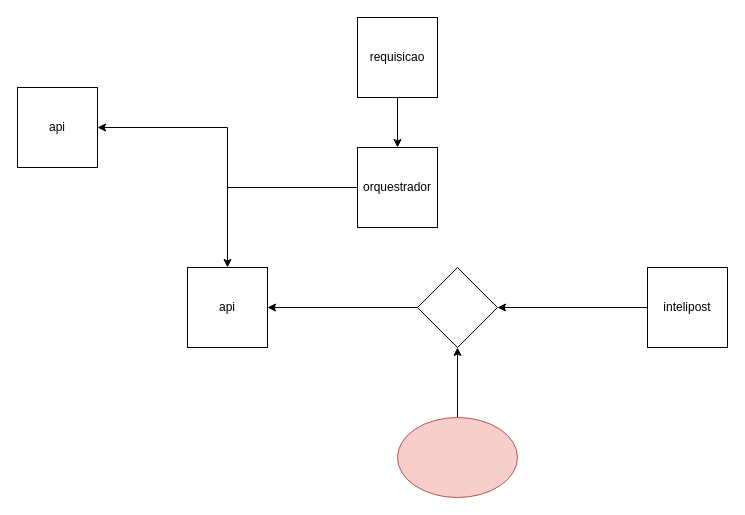
Earlier version of the draw.io diagram src/testes/Untitled Diagram.drawio (carlospc1978/apague). Source tidied: cells renumbered, new cells numbered last; positions are measured from the earlier drawing's top-left corner, leaving out a move shared by most shapes. Both pictures are drawn from the tidied source at 100%, with x=0, y=0 at pixel (17, 17).
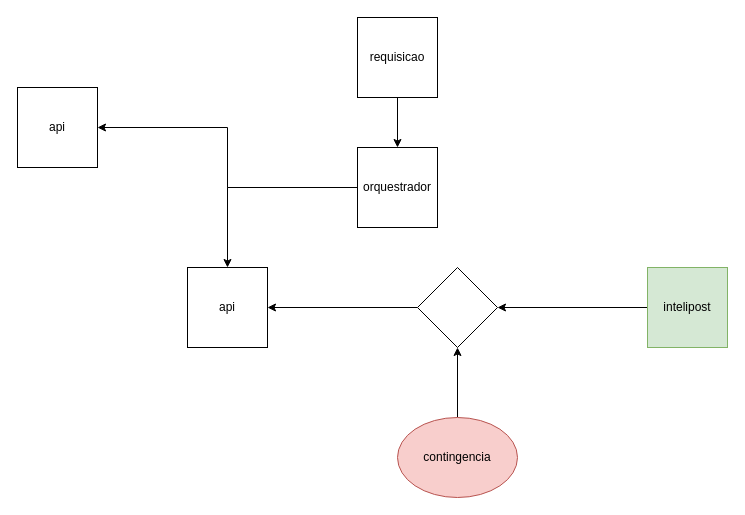
Above is the later version.

Diff of the diagram source:
```diff
@@
 <mxGraphModel>
   <root>
     <mxCell id="0" />
     <mxCell id="1" parent="0" />
     <mxCell id="2" style="edgeStyle=orthogonalEdgeStyle;rounded=0;jettySize=auto;html=1;entryX=1;entryY=0.5;entryDx=0;entryDy=0;" parent="1" edge="1" source="3" target="12">
       <mxGeometry relative="1" as="geometry" />
     </mxCell>
-    <mxCell id="3" value="intelipost" style="whiteSpace=wrap;html=1;" parent="1" vertex="1">
+    <mxCell id="3" value="intelipost" style="whiteSpace=wrap;html=1;fillColor=#d5e8d4;strokeColor=#82b366;" parent="1" vertex="1">
       <mxGeometry x="630" y="250" width="80" height="80" as="geometry" />
     </mxCell>
     <mxCell id="4" style="edgeStyle=orthogonalEdgeStyle;rounded=0;jettySize=auto;html=1;entryX=0.5;entryY=0;entryDx=0;entryDy=0;" parent="1" edge="1" source="5" target="9">
       <mxGeometry relative="1" as="geometry" />
     </mxCell>
     <mxCell id="5" value="requisicao" style="whiteSpace=wrap;html=1;" parent="1" vertex="1">
       <mxGeometry x="340" width="80" height="80" as="geometry" />
     </mxCell>
     <mxCell id="6" value="api" style="whiteSpace=wrap;html=1;" parent="1" vertex="1">
       <mxGeometry x="170" y="250" width="80" height="80" as="geometry" />
     </mxCell>
     <mxCell id="7" style="edgeStyle=orthogonalEdgeStyle;rounded=0;jettySize=auto;html=1;entryX=0.5;entryY=0;entryDx=0;entryDy=0;" parent="1" edge="1" source="9" target="6">
       <mxGeometry relative="1" as="geometry" />
     </mxCell>
     <mxCell id="8" style="edgeStyle=orthogonalEdgeStyle;rounded=0;jettySize=auto;html=1;entryX=1;entryY=0.5;entryDx=0;entryDy=0;" parent="1" edge="1" source="9" target="10">
       <mxGeometry relative="1" as="geometry" />
     </mxCell>
     <mxCell id="9" value="orquestrador" style="whiteSpace=wrap;html=1;" parent="1" vertex="1">
       <mxGeometry x="340" y="130" width="80" height="80" as="geometry" />
     </mxCell>
     <mxCell id="10" value="api" style="whiteSpace=wrap;html=1;" parent="1" vertex="1">
       <mxGeometry y="70" width="80" height="80" as="geometry" />
     </mxCell>
     <mxCell id="11" style="edgeStyle=orthogonalEdgeStyle;rounded=0;jettySize=auto;html=1;exitX=0;exitY=0.5;exitDx=0;exitDy=0;entryX=1;entryY=0.5;entryDx=0;entryDy=0;" parent="1" edge="1" source="12" target="6">
       <mxGeometry relative="1" as="geometry" />
     </mxCell>
     <mxCell id="12" style="rhombus;whiteSpace=wrap;html=1;" parent="1" vertex="1">
       <mxGeometry x="400" y="250" width="80" height="80" as="geometry" />
     </mxCell>
     <mxCell id="13" style="edgeStyle=orthogonalEdgeStyle;rounded=0;jettySize=auto;html=1;entryX=0.5;entryY=1;entryDx=0;entryDy=0;" parent="1" edge="1" source="14" target="12">
       <mxGeometry relative="1" as="geometry" />
     </mxCell>
-    <mxCell id="14" style="ellipse;whiteSpace=wrap;html=1;fillColor=#f8cecc;strokeColor=#b85450;" parent="1" vertex="1">
+    <mxCell id="14" value="contingencia" style="ellipse;whiteSpace=wrap;html=1;fillColor=#f8cecc;strokeColor=#b85450;" parent="1" vertex="1">
       <mxGeometry x="380" y="400" width="120" height="80" as="geometry" />
     </mxCell>
   </root>
 </mxGraphModel>
```
